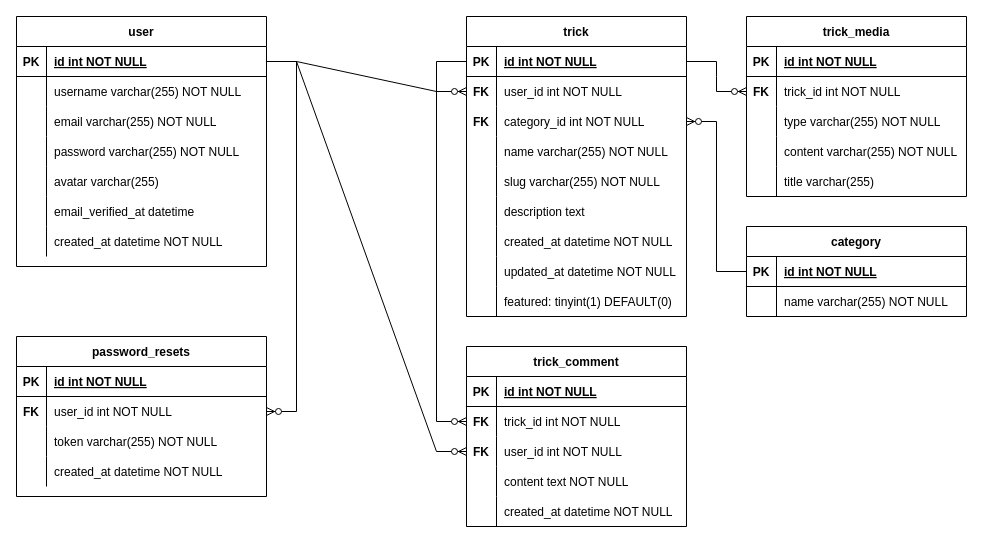
The draw.io diagram UML/Modele-de-donnees.drawio in Luca-OpenClassRooms/project_6, before the edit. Source tidied: cells renumbered, new cells numbered last; positions are measured from the earlier drawing's top-left corner, leaving out a move shared by most shapes. Both pictures are drawn from the tidied source at 100%, with x=0, y=0 at pixel (16, 16).
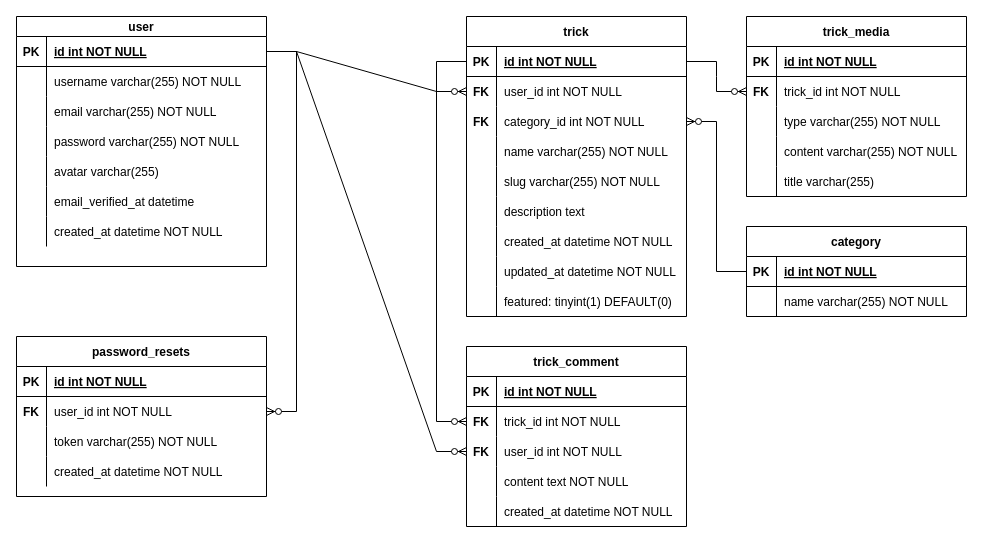
The same page after the edit.

Commit message (it also covers changes not shown here):
feat(UML): added jpg images

What changed in the source:
```diff
@@
-    <mxCell id="2" value="user" style="shape=table;startSize=30;childLayout=tableLayout;rowLines=0;fontStyle=1;align=center;" parent="1" vertex="1">
+    <mxCell id="2" value="user" style="shape=table;startSize=20;childLayout=tableLayout;rowLines=0;fontStyle=1;align=center;" parent="1" vertex="1">
       <mxGeometry width="250" height="250" as="geometry" />
     </mxCell>
     <mxCell id="3" style="shape=partialRectangle;fillColor=none;points=[[0,0.5],[1,0.5]];portConstraint=eastwest;top=0;left=0;right=0;bottom=1;" parent="2" vertex="1">
-      <mxGeometry y="30" width="250" height="30" as="geometry" />
+      <mxGeometry y="20" width="250" height="30" as="geometry" />
     </mxCell>
@@
     <mxCell id="6" style="shape=partialRectangle;fillColor=none;top=0;left=0;right=0;bottom=0;" parent="2" vertex="1">
-      <mxGeometry y="60" width="250" height="30" as="geometry" />
+      <mxGeometry y="50" width="250" height="30" as="geometry" />
     </mxCell>
@@
     <mxCell id="9" style="shape=partialRectangle;fillColor=none;top=0;left=0;right=0;bottom=0;" parent="2" vertex="1">
-      <mxGeometry y="90" width="250" height="30" as="geometry" />
+      <mxGeometry y="80" width="250" height="30" as="geometry" />
     </mxCell>
@@
     <mxCell id="12" style="shape=partialRectangle;fillColor=none;top=0;left=0;right=0;bottom=0;" parent="2" vertex="1">
-      <mxGeometry y="120" width="250" height="30" as="geometry" />
+      <mxGeometry y="110" width="250" height="30" as="geometry" />
     </mxCell>
@@
     <mxCell id="15" style="shape=partialRectangle;fillColor=none;top=0;left=0;right=0;bottom=0;" parent="2" vertex="1">
-      <mxGeometry y="150" width="250" height="30" as="geometry" />
+      <mxGeometry y="140" width="250" height="30" as="geometry" />
     </mxCell>
@@
     <mxCell id="18" style="shape=partialRectangle;fillColor=none;top=0;left=0;right=0;bottom=0;" parent="2" vertex="1">
-      <mxGeometry y="180" width="250" height="30" as="geometry" />
+      <mxGeometry y="170" width="250" height="30" as="geometry" />
     </mxCell>
@@
     <mxCell id="21" style="shape=partialRectangle;fillColor=none;top=0;left=0;right=0;bottom=0;" parent="2" vertex="1">
-      <mxGeometry y="210" width="250" height="30" as="geometry" />
+      <mxGeometry y="200" width="250" height="30" as="geometry" />
     </mxCell>
```
